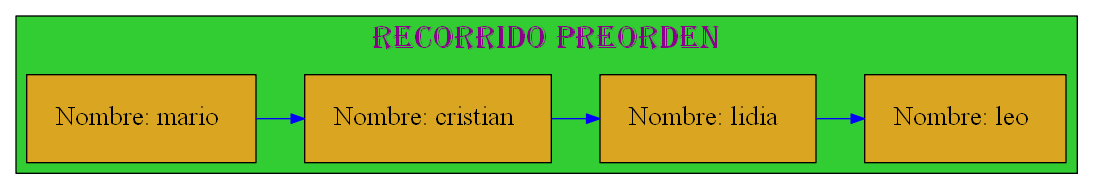
mariotun/EDD_1S2020_PY1_201602942 keeps this Graphviz diagram as Graficas/Recorrido_Preorden.dot.png. Above is the earlier version. Its source is kept beside it as Graficas/Recorrido_Preorden.dot.
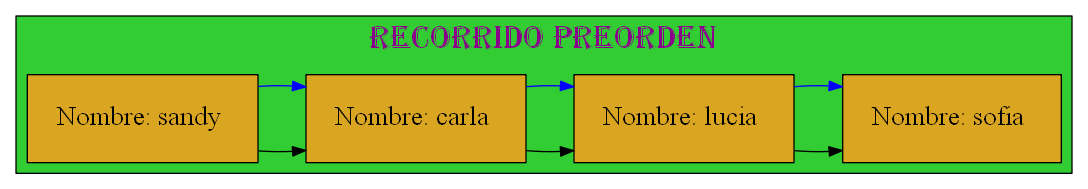
After the change.

What changed in the source:
```diff
@@ -13,12 +13,12 @@
 node[margin=0.3 shape=box style=filled fontcolor=black fillcolor=goldenrod fontsize=20];
 {rank=same;
 
-25770483616[label="Nombre: mario " ];
-25770483472[label="Nombre: cristian " ];
-25770484528[label="Nombre: lidia " ];
-25770483872[label="Nombre: leo " ];
+25770483664[label="Nombre: sandy " ];
+25770483920[label="Nombre: carla " ];
+25770483392[label="Nombre: lucia " ];
+25770483232[label="Nombre: sofia " ];
 };
-25770483616 -> 25770483472 -> 25770484528 -> 25770483872
+25770483664 -> 25770483920 -> 25770483392 -> 25770483232 25770483664 -> 25770483920 -> 25770483392 -> 25770483232
 
 [color=blue ];
 }
```
